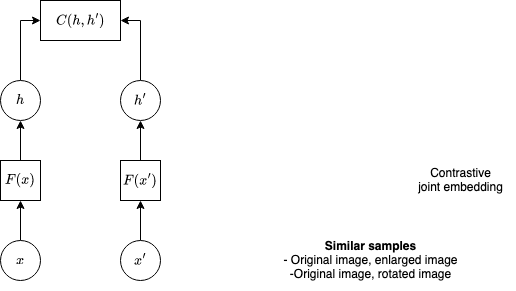
This is machine_learning/diagrams/contrastive_models.drawio.png from analytiq-hub/sigagent.github.io, a draw.io export, as it was before one commit. Source tidied: cells renumbered, new cells last; positions are measured from the earlier drawing's top-left corner, leaving out a move shared by most shapes.
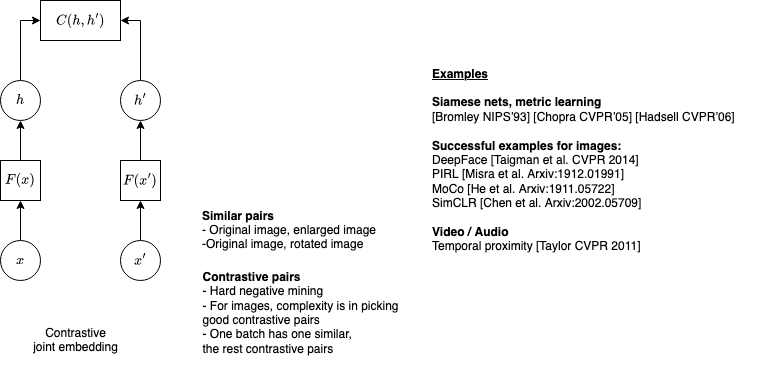
The same diagram one commit later.

Change to the diagram source:
```diff
@@ -1,4 +1,4 @@
-<mxGraphModel math="1">
+<mxGraphModel background="#ffffff" math="1">
   <root>
     <mxCell id="0" />
     <mxCell id="1" parent="0" />
@@ -21,7 +21,7 @@
       <mxGeometry x="120" y="240" width="40" height="40" as="geometry" />
     </mxCell>
     <mxCell id="7" value="&lt;div&gt;Contrastive&lt;/div&gt;&lt;div&gt;joint embedding&lt;br&gt;&lt;/div&gt;" style="text;html=1;align=center;verticalAlign=middle;strokeColor=none;fillColor=none;" parent="1" vertex="1">
-      <mxGeometry x="405" y="160" width="110" height="40" as="geometry" />
+      <mxGeometry x="20" y="320" width="110" height="40" as="geometry" />
     </mxCell>
     <mxCell id="8" style="edgeStyle=orthogonalEdgeStyle;rounded=0;jettySize=auto;html=1;exitX=0.5;exitY=0;exitDx=0;exitDy=0;entryX=0.5;entryY=1;entryDx=0;entryDy=0;" parent="1" edge="1" source="9" target="12">
       <mxGeometry relative="1" as="geometry" />
@@ -48,8 +48,8 @@
     <mxCell id="14" value="$$F(x')$$" style="rounded=0;whiteSpace=wrap;html=1;" parent="1" vertex="1">
       <mxGeometry x="120" y="160" width="40" height="40" as="geometry" />
     </mxCell>
-    <mxCell id="15" value="&lt;div&gt;&lt;b&gt;Similar samples&lt;/b&gt;&lt;/div&gt;&lt;div&gt;- Original image, enlarged image&lt;/div&gt;&lt;div&gt;-Original image, rotated image&lt;br&gt;&lt;/div&gt;" style="text;html=1;align=center;verticalAlign=middle;strokeColor=none;fillColor=none;" parent="1" vertex="1">
-      <mxGeometry x="270" y="230" width="200" height="60" as="geometry" />
+    <mxCell id="15" value="&lt;div align=&quot;left&quot;&gt;&lt;b&gt;Similar pairs&lt;/b&gt;&lt;/div&gt;&lt;div align=&quot;left&quot;&gt;- Original image, enlarged image&lt;/div&gt;&lt;div align=&quot;left&quot;&gt;-Original image, rotated image&lt;br&gt;&lt;/div&gt;" style="text;html=1;align=left;verticalAlign=middle;strokeColor=none;fillColor=none;" parent="1" vertex="1">
+      <mxGeometry x="200" y="200" width="200" height="60" as="geometry" />
     </mxCell>
     <mxCell id="16" style="edgeStyle=orthogonalEdgeStyle;rounded=0;jettySize=auto;html=1;exitX=0.5;exitY=0;exitDx=0;exitDy=0;entryX=1;entryY=0.5;entryDx=0;entryDy=0;" parent="1" edge="1" source="17" target="13">
       <mxGeometry relative="1" as="geometry" />
@@ -57,5 +57,11 @@
     <mxCell id="17" value="$$h'$$" style="ellipse;whiteSpace=wrap;html=1;" parent="1" vertex="1">
       <mxGeometry x="120" y="80" width="40" height="40" as="geometry" />
     </mxCell>
+    <mxCell id="18" value="&lt;div align=&quot;left&quot;&gt;&lt;b&gt;Contrastive pairs&lt;/b&gt;&lt;/div&gt;&lt;div align=&quot;left&quot;&gt;- Hard negative mining&lt;br&gt;&lt;/div&gt;&lt;div align=&quot;left&quot;&gt;- For images, complexity is in picking&lt;/div&gt;&lt;div align=&quot;left&quot;&gt;good contrastive pairs&lt;/div&gt;&lt;div align=&quot;left&quot;&gt;- One batch has one similar, &lt;br&gt;&lt;/div&gt;&lt;div align=&quot;left&quot;&gt;the rest contrastive pairs&lt;br&gt;&lt;/div&gt;&lt;div align=&quot;left&quot;&gt;&lt;br&gt;&lt;/div&gt;" style="text;html=1;align=center;verticalAlign=middle;strokeColor=none;fillColor=none;" parent="1" vertex="1">
+      <mxGeometry x="190" y="265" width="220" height="110" as="geometry" />
+    </mxCell>
+    <mxCell id="19" value="&lt;div align=&quot;left&quot;&gt;&lt;u&gt;&lt;b&gt;Examples&lt;/b&gt;&lt;/u&gt;&lt;/div&gt;&lt;div&gt;&lt;br&gt;&lt;/div&gt;&lt;div&gt;&lt;b&gt;Siamese nets, metric learning&lt;/b&gt;&lt;br&gt;[Bromley NIPS’93] [Chopra CVPR’05] [Hadsell CVPR’06]&lt;/div&gt;&lt;div&gt;&lt;br&gt;&lt;/div&gt;&lt;div&gt;&lt;b&gt;Successful examples for images:&lt;/b&gt;&lt;br&gt;DeepFace [Taigman et al. CVPR 2014]&lt;br&gt;PIRL [Misra et al. Arxiv:1912.01991]&lt;br&gt;MoCo [He et al. Arxiv:1911.05722]&lt;br&gt;SimCLR [Chen et al. Arxiv:2002.05709]&lt;/div&gt;&lt;div&gt;&lt;br&gt;&lt;/div&gt;&lt;div&gt;&lt;b&gt;Video / Audio&lt;/b&gt;&lt;br&gt;Temporal proximity [Taylor CVPR 2011]&lt;br&gt;&lt;/div&gt;" style="text;html=1;align=left;verticalAlign=middle;strokeColor=none;fillColor=none;" parent="1" vertex="1">
+      <mxGeometry x="430" y="60" width="330" height="200" as="geometry" />
+    </mxCell>
   </root>
 </mxGraphModel>
```
